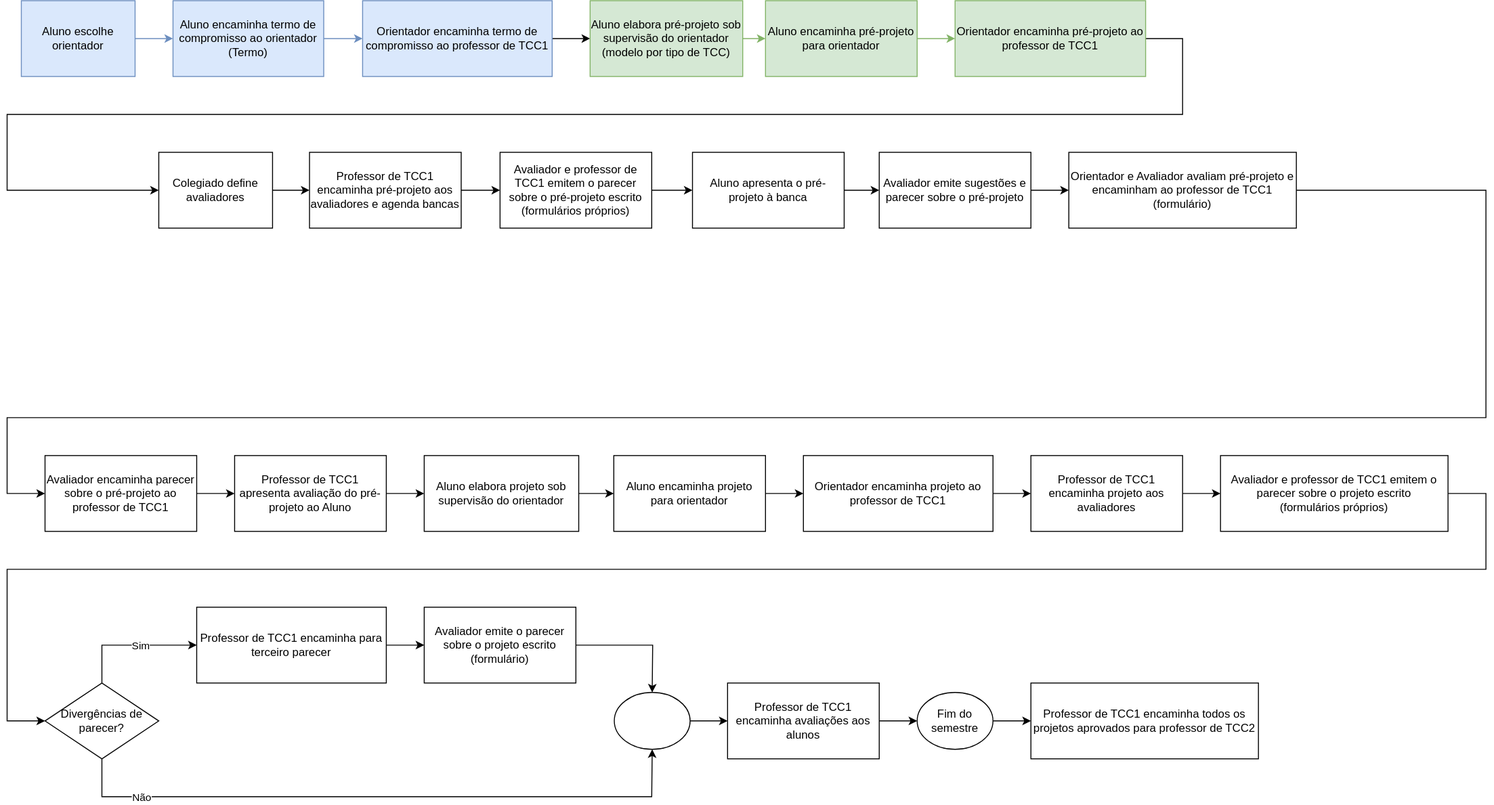
dalton-reis/disciplina_TCC1_2025_2 keeps this draw.io diagram as _BCC/Cronogramas/cronogramaFluxograma.drawio.svg. Above is the earlier version. Source tidied: cells renumbered, new cells last; positions are measured from the earlier drawing's top-left corner, leaving out a move shared by most shapes.
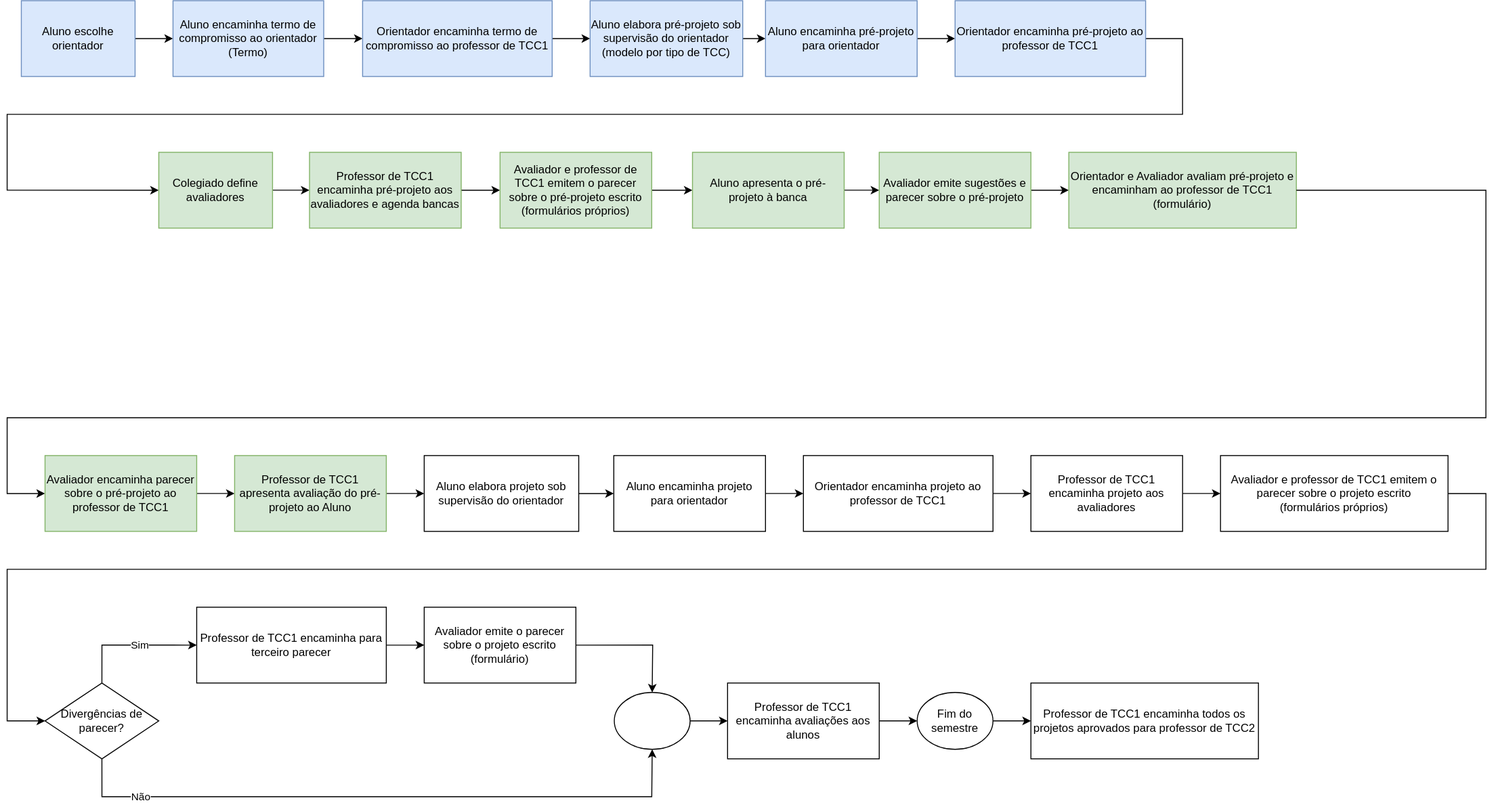
The same diagram one commit later.

The edit, as a diff of the source:
```diff
@@ -2,37 +2,37 @@
   <root>
     <mxCell id="0" />
     <mxCell id="1" parent="0" />
-    <mxCell id="2" style="edgeStyle=orthogonalEdgeStyle;rounded=0;jettySize=auto;html=1;fontColor=#000000;fillColor=#dae8fc;strokeColor=#6c8ebf;" parent="1" edge="1" source="3" target="5">
+    <mxCell id="2" style="edgeStyle=orthogonalEdgeStyle;rounded=0;jettySize=auto;html=1;fontColor=#000000;fillColor=#dae8fc;strokeColor=default;align=center;verticalAlign=middle;fontFamily=Helvetica;fontSize=11;labelBackgroundColor=default;endArrow=classic;" parent="1" edge="1" source="3" target="5">
       <mxGeometry relative="1" as="geometry" />
     </mxCell>
     <mxCell id="3" value="Aluno escolhe orientador" style="whiteSpace=wrap;html=1;fillColor=#dae8fc;strokeColor=#6c8ebf;" parent="1" vertex="1">
       <mxGeometry x="15" width="120" height="80" as="geometry" />
     </mxCell>
-    <mxCell id="4" style="edgeStyle=orthogonalEdgeStyle;rounded=0;jettySize=auto;html=1;fontColor=#000000;fillColor=#dae8fc;strokeColor=#6c8ebf;" parent="1" edge="1" source="5" target="7">
+    <mxCell id="4" style="edgeStyle=orthogonalEdgeStyle;rounded=0;jettySize=auto;html=1;fontColor=#000000;fillColor=#dae8fc;strokeColor=default;align=center;verticalAlign=middle;fontFamily=Helvetica;fontSize=11;labelBackgroundColor=default;endArrow=classic;" parent="1" edge="1" source="5" target="7">
       <mxGeometry relative="1" as="geometry" />
     </mxCell>
     <mxCell id="5" value="Aluno encaminha termo de compromisso ao orientador&lt;br&gt;(Termo)" style="whiteSpace=wrap;html=1;fillColor=#dae8fc;strokeColor=#6c8ebf;" parent="1" vertex="1">
       <mxGeometry x="175" width="159" height="80" as="geometry" />
     </mxCell>
-    <mxCell id="6" style="edgeStyle=orthogonalEdgeStyle;rounded=0;jettySize=auto;html=1;fontColor=#000000;" parent="1" edge="1" source="7" target="9">
+    <mxCell id="6" style="edgeStyle=orthogonalEdgeStyle;rounded=0;jettySize=auto;html=1;fontColor=#000000;strokeColor=default;align=center;verticalAlign=middle;fontFamily=Helvetica;fontSize=11;labelBackgroundColor=default;endArrow=classic;" parent="1" edge="1" source="7" target="9">
       <mxGeometry relative="1" as="geometry" />
     </mxCell>
     <mxCell id="7" value="Orientador encaminha termo de compromisso ao professor de TCC1" style="whiteSpace=wrap;html=1;fillColor=#dae8fc;strokeColor=#6c8ebf;" parent="1" vertex="1">
       <mxGeometry x="375" width="200" height="80" as="geometry" />
     </mxCell>
-    <mxCell id="8" style="edgeStyle=orthogonalEdgeStyle;rounded=0;jettySize=auto;html=1;fontColor=#000000;fillColor=#d5e8d4;strokeColor=#82b366;" parent="1" edge="1" source="9" target="11">
+    <mxCell id="8" style="edgeStyle=orthogonalEdgeStyle;rounded=0;jettySize=auto;html=1;fontColor=#000000;fillColor=#d5e8d4;strokeColor=default;align=center;verticalAlign=middle;fontFamily=Helvetica;fontSize=11;labelBackgroundColor=default;endArrow=classic;" parent="1" edge="1" source="9" target="11">
       <mxGeometry relative="1" as="geometry" />
     </mxCell>
-    <mxCell id="9" value="Aluno elabora pré-projeto sob supervisão do orientador&lt;br&gt;(modelo por tipo de TCC)" style="whiteSpace=wrap;html=1;fillColor=#d5e8d4;strokeColor=#82b366;" parent="1" vertex="1">
+    <mxCell id="9" value="Aluno elabora pré-projeto sob supervisão do orientador&lt;br&gt;(modelo por tipo de TCC)" style="whiteSpace=wrap;html=1;fillColor=#dae8fc;strokeColor=#6c8ebf;" parent="1" vertex="1">
       <mxGeometry x="615" width="161" height="80" as="geometry" />
     </mxCell>
-    <mxCell id="10" style="edgeStyle=orthogonalEdgeStyle;rounded=0;jettySize=auto;html=1;fontColor=#000000;fillColor=#d5e8d4;strokeColor=#82b366;" parent="1" edge="1" source="11" target="13">
+    <mxCell id="10" style="edgeStyle=orthogonalEdgeStyle;rounded=0;jettySize=auto;html=1;fontColor=#000000;fillColor=#d5e8d4;strokeColor=default;align=center;verticalAlign=middle;fontFamily=Helvetica;fontSize=11;labelBackgroundColor=default;endArrow=classic;" parent="1" edge="1" source="11" target="13">
       <mxGeometry relative="1" as="geometry" />
     </mxCell>
-    <mxCell id="11" value="Aluno encaminha pré-projeto para orientador" style="whiteSpace=wrap;html=1;fillColor=#d5e8d4;strokeColor=#82b366;" parent="1" vertex="1">
+    <mxCell id="11" value="Aluno encaminha pré-projeto para orientador" style="whiteSpace=wrap;html=1;fillColor=#dae8fc;strokeColor=#6c8ebf;" parent="1" vertex="1">
       <mxGeometry x="800" width="160" height="80" as="geometry" />
     </mxCell>
-    <mxCell id="12" style="edgeStyle=orthogonalEdgeStyle;rounded=0;jettySize=auto;html=1;fontColor=#000000;entryX=0;entryY=0.5;entryDx=0;entryDy=0;" parent="1" edge="1" source="13" target="15">
+    <mxCell id="12" style="edgeStyle=orthogonalEdgeStyle;rounded=0;jettySize=auto;html=1;fontColor=#000000;entryX=0;entryY=0.5;entryDx=0;entryDy=0;strokeColor=default;align=center;verticalAlign=middle;fontFamily=Helvetica;fontSize=11;labelBackgroundColor=default;endArrow=classic;" parent="1" edge="1" source="13" target="15">
       <mxGeometry relative="1" as="geometry">
         <Array as="points">
           <mxPoint x="1240" y="40" />
@@ -42,13 +42,13 @@
         </Array>
       </mxGeometry>
     </mxCell>
-    <mxCell id="13" value="Orientador encaminha pré-projeto ao professor de TCC1" style="whiteSpace=wrap;html=1;fillColor=#d5e8d4;strokeColor=#82b366;" parent="1" vertex="1">
+    <mxCell id="13" value="Orientador encaminha pré-projeto ao professor de TCC1" style="whiteSpace=wrap;html=1;fillColor=#dae8fc;strokeColor=#6c8ebf;" parent="1" vertex="1">
       <mxGeometry x="1000" width="201" height="80" as="geometry" />
     </mxCell>
     <mxCell id="14" style="edgeStyle=orthogonalEdgeStyle;rounded=0;jettySize=auto;html=1;fontColor=#000000;" parent="1" edge="1" source="15" target="18">
       <mxGeometry relative="1" as="geometry" />
     </mxCell>
-    <mxCell id="15" value="Colegiado define avaliadores" style="whiteSpace=wrap;html=1;" parent="1" vertex="1">
+    <mxCell id="15" value="Colegiado define avaliadores" style="whiteSpace=wrap;html=1;fillColor=#d5e8d4;strokeColor=#82b366;" parent="1" vertex="1">
       <mxGeometry x="160" y="160" width="120" height="80" as="geometry" />
     </mxCell>
     <mxCell id="16" style="edgeStyle=orthogonalEdgeStyle;rounded=0;jettySize=auto;html=1;exitX=1;exitY=0.5;exitDx=0;exitDy=0;fontColor=#000000;" parent="1" edge="1" source="27" target="20">
@@ -57,22 +57,22 @@
     <mxCell id="17" style="edgeStyle=orthogonalEdgeStyle;rounded=0;jettySize=auto;html=1;fontColor=#000000;" parent="1" edge="1" source="18" target="27">
       <mxGeometry relative="1" as="geometry" />
     </mxCell>
-    <mxCell id="18" value="Professor de TCC1 encaminha pré-projeto aos avaliadores e agenda bancas" style="whiteSpace=wrap;html=1;" parent="1" vertex="1">
+    <mxCell id="18" value="Professor de TCC1 encaminha pré-projeto aos avaliadores e agenda bancas" style="whiteSpace=wrap;html=1;fillColor=#d5e8d4;strokeColor=#82b366;" parent="1" vertex="1">
       <mxGeometry x="319" y="160" width="160" height="80" as="geometry" />
     </mxCell>
     <mxCell id="19" style="edgeStyle=orthogonalEdgeStyle;rounded=0;jettySize=auto;html=1;fontColor=#000000;" parent="1" edge="1" source="20" target="22">
       <mxGeometry relative="1" as="geometry" />
     </mxCell>
-    <mxCell id="20" value="Aluno apresenta o pré-projeto à banca" style="whiteSpace=wrap;html=1;" parent="1" vertex="1">
+    <mxCell id="20" value="Aluno apresenta o pré-projeto à banca" style="whiteSpace=wrap;html=1;fillColor=#d5e8d4;strokeColor=#82b366;" parent="1" vertex="1">
       <mxGeometry x="723" y="160" width="160" height="80" as="geometry" />
     </mxCell>
     <mxCell id="21" style="edgeStyle=orthogonalEdgeStyle;rounded=0;jettySize=auto;html=1;fontColor=#000000;" parent="1" edge="1" source="22" target="23">
       <mxGeometry relative="1" as="geometry" />
     </mxCell>
-    <mxCell id="22" value="Avaliador emite sugestões e parecer sobre o pré-projeto" style="whiteSpace=wrap;html=1;" parent="1" vertex="1">
+    <mxCell id="22" value="Avaliador emite sugestões e parecer sobre o pré-projeto" style="whiteSpace=wrap;html=1;fillColor=#d5e8d4;strokeColor=#82b366;" parent="1" vertex="1">
       <mxGeometry x="920" y="160" width="160" height="80" as="geometry" />
     </mxCell>
-    <mxCell id="23" value="Orientador e Avaliador avaliam pré-projeto e encaminham ao professor de TCC1&lt;br&gt;(formulário)" style="whiteSpace=wrap;html=1;" parent="1" vertex="1">
+    <mxCell id="23" value="Orientador e Avaliador avaliam pré-projeto e encaminham ao professor de TCC1&lt;br&gt;(formulário)" style="whiteSpace=wrap;html=1;fillColor=#d5e8d4;strokeColor=#82b366;" parent="1" vertex="1">
       <mxGeometry x="1120" y="160" width="240" height="80" as="geometry" />
     </mxCell>
     <mxCell id="24" style="edgeStyle=orthogonalEdgeStyle;rounded=0;jettySize=auto;html=1;fontColor=#000000;exitX=1;exitY=0.5;exitDx=0;exitDy=0;" parent="1" edge="1" source="23" target="26">
@@ -88,16 +88,16 @@
     <mxCell id="25" style="edgeStyle=orthogonalEdgeStyle;rounded=0;jettySize=auto;html=1;fontColor=#000000;" parent="1" edge="1" source="26" target="29">
       <mxGeometry relative="1" as="geometry" />
     </mxCell>
-    <mxCell id="26" value="Avaliador encaminha parecer sobre o pré-projeto ao professor de TCC1" style="whiteSpace=wrap;html=1;" parent="1" vertex="1">
+    <mxCell id="26" value="Avaliador encaminha parecer sobre o pré-projeto ao professor de TCC1" style="whiteSpace=wrap;html=1;fillColor=#d5e8d4;strokeColor=#82b366;" parent="1" vertex="1">
       <mxGeometry x="40" y="480" width="160" height="80" as="geometry" />
     </mxCell>
-    <mxCell id="27" value="Avaliador e professor de TCC1 emitem o parecer sobre o pré-projeto escrito&lt;br&gt;(formulários próprios)" style="whiteSpace=wrap;html=1;" parent="1" vertex="1">
+    <mxCell id="27" value="Avaliador e professor de TCC1 emitem o parecer sobre o pré-projeto escrito&lt;br&gt;(formulários próprios)" style="whiteSpace=wrap;html=1;fillColor=#d5e8d4;strokeColor=#82b366;" parent="1" vertex="1">
       <mxGeometry x="520" y="160" width="160" height="80" as="geometry" />
     </mxCell>
     <mxCell id="28" style="edgeStyle=orthogonalEdgeStyle;rounded=0;jettySize=auto;html=1;fontColor=#000000;" parent="1" edge="1" source="29" target="31">
       <mxGeometry relative="1" as="geometry" />
     </mxCell>
-    <mxCell id="29" value="Professor de TCC1 apresenta avaliação do pré-projeto ao Aluno" style="whiteSpace=wrap;html=1;" parent="1" vertex="1">
+    <mxCell id="29" value="Professor de TCC1 apresenta avaliação do pré-projeto ao Aluno" style="whiteSpace=wrap;html=1;fillColor=#d5e8d4;strokeColor=#82b366;" parent="1" vertex="1">
       <mxGeometry x="240" y="480" width="160" height="80" as="geometry" />
     </mxCell>
     <mxCell id="30" style="edgeStyle=orthogonalEdgeStyle;rounded=0;jettySize=auto;html=1;fontColor=#000000;" parent="1" edge="1" source="31" target="33">
```
